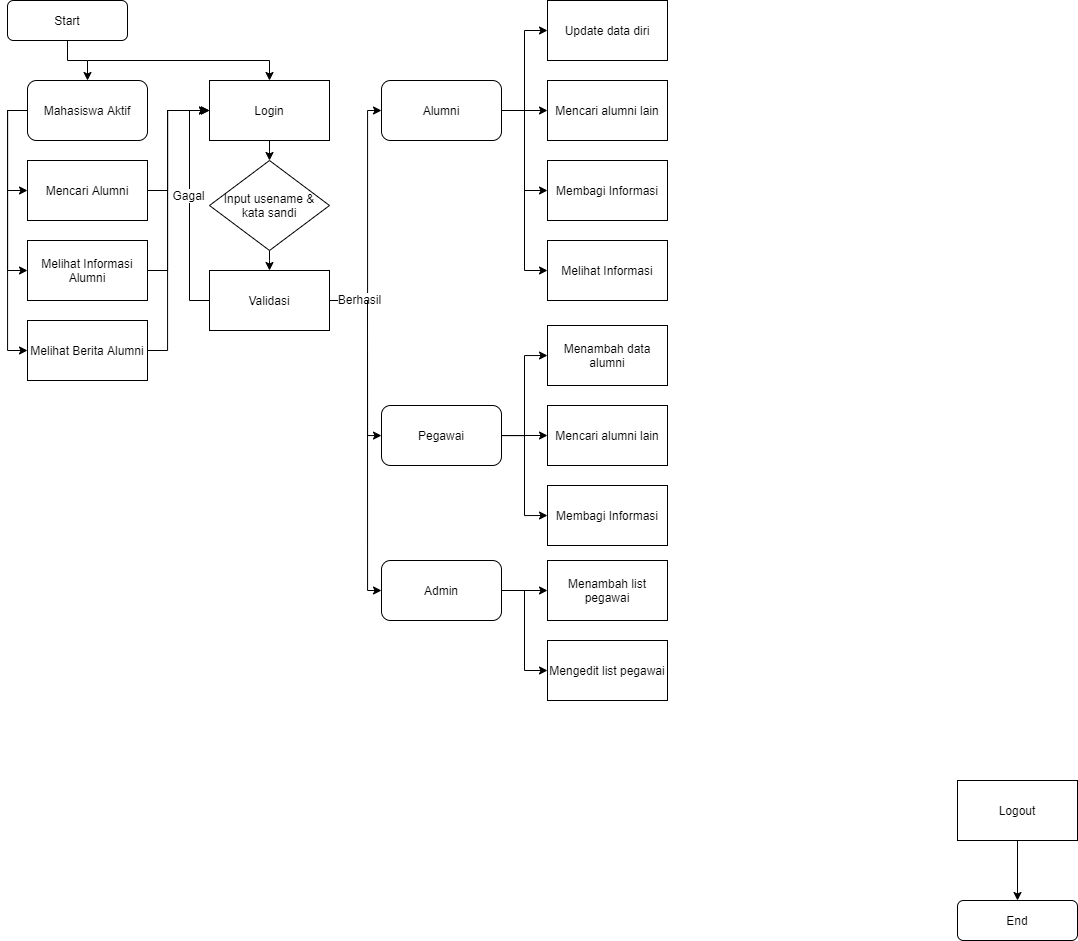
This is flowchart.png from DwikiAffandi/flowchart, a draw.io export, as it was before one commit. Source tidied: cells renumbered, new cells last; positions are measured from the earlier drawing's top-left corner, leaving out a move shared by most shapes.
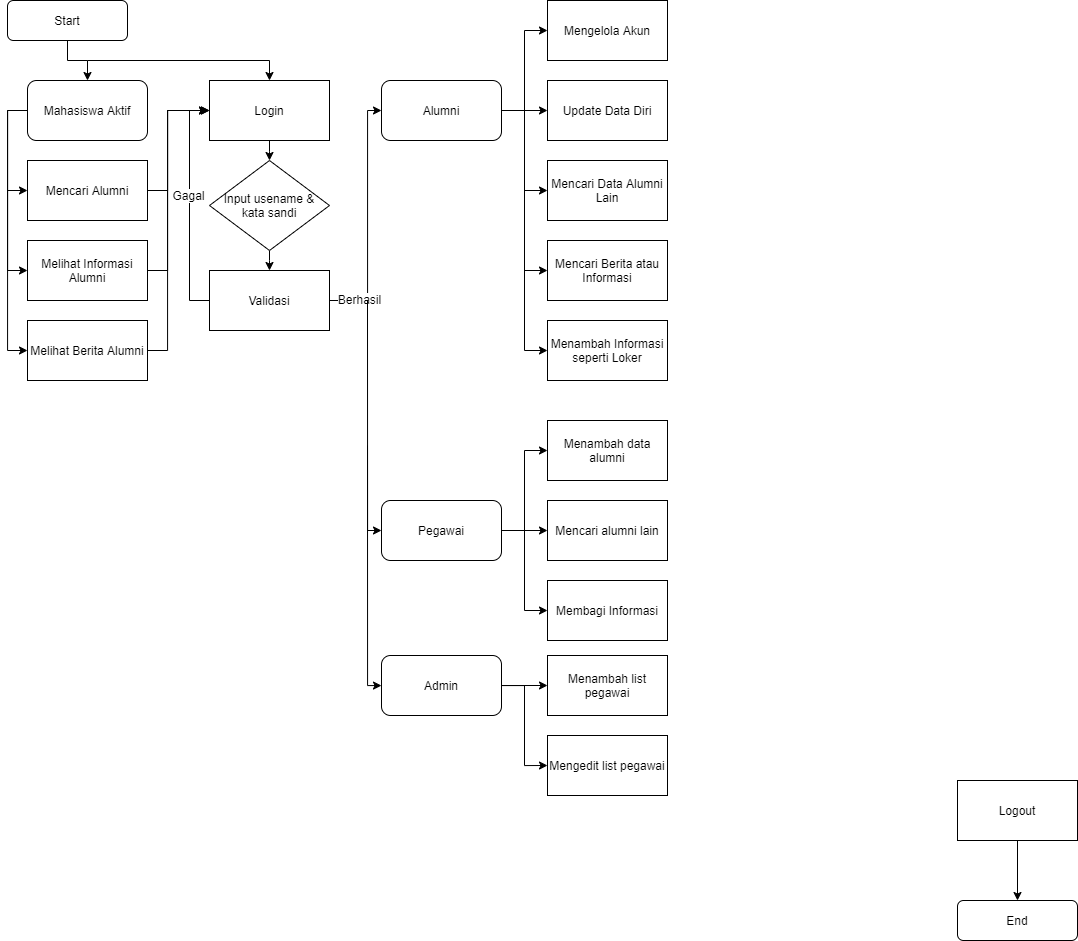
After the change.

Diff of the diagram source:
```diff
@@ -112,16 +112,19 @@
     <mxCell id="25" style="edgeStyle=orthogonalEdgeStyle;rounded=0;jettySize=auto;html=1;entryX=0;entryY=0.5;entryDx=0;entryDy=0;" parent="1" edge="1" source="26" target="44">
       <mxGeometry relative="1" as="geometry" />
     </mxCell>
+    <mxCell id="50" style="edgeStyle=orthogonalEdgeStyle;rounded=0;jettySize=auto;html=1;entryX=0;entryY=0.5;entryDx=0;entryDy=0;fontSize=12;" parent="1" edge="1" source="26" target="51">
+      <mxGeometry relative="1" as="geometry" />
+    </mxCell>
     <mxCell id="26" value="Alumni" style="rounded=1;whiteSpace=wrap;html=1;" parent="1" vertex="1">
       <mxGeometry x="374" y="80" width="120" height="60" as="geometry" />
     </mxCell>
-    <mxCell id="27" value="Membagi Informasi" style="rounded=0;whiteSpace=wrap;html=1;" parent="1" vertex="1">
+    <mxCell id="27" value="Mencari Data Alumni Lain" style="rounded=0;whiteSpace=wrap;html=1;" parent="1" vertex="1">
       <mxGeometry x="540" y="160" width="120" height="60" as="geometry" />
     </mxCell>
-    <mxCell id="28" value="Mencari alumni lain" style="rounded=0;whiteSpace=wrap;html=1;" parent="1" vertex="1">
+    <mxCell id="28" value="Update Data Diri" style="rounded=0;whiteSpace=wrap;html=1;" parent="1" vertex="1">
       <mxGeometry x="540" y="80" width="120" height="60" as="geometry" />
     </mxCell>
-    <mxCell id="29" value="Update data diri" style="rounded=0;whiteSpace=wrap;html=1;" parent="1" vertex="1">
+    <mxCell id="29" value="Mengelola Akun" style="rounded=0;whiteSpace=wrap;html=1;" parent="1" vertex="1">
       <mxGeometry x="540" width="120" height="60" as="geometry" />
     </mxCell>
     <mxCell id="30" style="edgeStyle=orthogonalEdgeStyle;rounded=0;jettySize=auto;html=1;entryX=0;entryY=0.5;entryDx=0;entryDy=0;" parent="1" edge="1" source="34" target="37">
@@ -137,21 +140,21 @@
       <mxGeometry relative="1" as="geometry">
         <mxPoint x="360" y="300" as="sourcePoint" />
         <Array as="points">
-          <mxPoint x="360" y="435" />
+          <mxPoint x="360" y="530" />
         </Array>
       </mxGeometry>
     </mxCell>
     <mxCell id="34" value="Pegawai" style="rounded=1;whiteSpace=wrap;html=1;" parent="1" vertex="1">
-      <mxGeometry x="374" y="405" width="120" height="60" as="geometry" />
+      <mxGeometry x="374" y="500" width="120" height="60" as="geometry" />
     </mxCell>
     <mxCell id="35" value="Membagi Informasi" style="rounded=0;whiteSpace=wrap;html=1;" parent="1" vertex="1">
-      <mxGeometry x="540" y="485" width="120" height="60" as="geometry" />
+      <mxGeometry x="540" y="580" width="120" height="60" as="geometry" />
     </mxCell>
     <mxCell id="36" value="Mencari alumni lain" style="rounded=0;whiteSpace=wrap;html=1;" parent="1" vertex="1">
-      <mxGeometry x="540" y="405" width="120" height="60" as="geometry" />
+      <mxGeometry x="540" y="500" width="120" height="60" as="geometry" />
     </mxCell>
     <mxCell id="37" value="Menambah data alumni" style="rounded=0;whiteSpace=wrap;html=1;" parent="1" vertex="1">
-      <mxGeometry x="540" y="325" width="120" height="60" as="geometry" />
+      <mxGeometry x="540" y="420" width="120" height="60" as="geometry" />
     </mxCell>
     <mxCell id="38" style="edgeStyle=orthogonalEdgeStyle;rounded=0;jettySize=auto;html=1;entryX=0;entryY=0.5;entryDx=0;entryDy=0;" parent="1" edge="1" source="41" target="42">
       <mxGeometry relative="1" as="geometry" />
@@ -161,22 +164,22 @@
     </mxCell>
     <mxCell id="40" style="edgeStyle=orthogonalEdgeStyle;rounded=0;jettySize=auto;html=1;" parent="1" edge="1" target="41">
       <mxGeometry relative="1" as="geometry">
-        <mxPoint x="360" y="350" as="sourcePoint" />
+        <mxPoint x="360" y="445" as="sourcePoint" />
         <Array as="points">
-          <mxPoint x="360" y="590" />
+          <mxPoint x="360" y="685" />
         </Array>
       </mxGeometry>
     </mxCell>
     <mxCell id="41" value="Admin" style="rounded=1;whiteSpace=wrap;html=1;" parent="1" vertex="1">
-      <mxGeometry x="374" y="560" width="120" height="60" as="geometry" />
+      <mxGeometry x="374" y="655" width="120" height="60" as="geometry" />
     </mxCell>
     <mxCell id="42" value="Mengedit list pegawai" style="rounded=0;whiteSpace=wrap;html=1;" parent="1" vertex="1">
-      <mxGeometry x="540" y="640" width="120" height="60" as="geometry" />
+      <mxGeometry x="540" y="735" width="120" height="60" as="geometry" />
     </mxCell>
     <mxCell id="43" value="Menambah list pegawai" style="rounded=0;whiteSpace=wrap;html=1;" parent="1" vertex="1">
-      <mxGeometry x="540" y="560" width="120" height="60" as="geometry" />
+      <mxGeometry x="540" y="655" width="120" height="60" as="geometry" />
     </mxCell>
-    <mxCell id="44" value="Melihat Informasi" style="rounded=0;whiteSpace=wrap;html=1;" parent="1" vertex="1">
+    <mxCell id="44" value="Mencari Berita atau Informasi" style="rounded=0;whiteSpace=wrap;html=1;" parent="1" vertex="1">
       <mxGeometry x="540" y="240" width="120" height="60" as="geometry" />
     </mxCell>
     <mxCell id="45" style="edgeStyle=orthogonalEdgeStyle;rounded=0;jettySize=auto;html=1;entryX=0.5;entryY=0;entryDx=0;entryDy=0;" parent="1" edge="1" source="46" target="47">
@@ -199,5 +202,8 @@
     <mxCell id="49" value="Melihat Berita Alumni" style="rounded=0;whiteSpace=wrap;html=1;" parent="1" vertex="1">
       <mxGeometry x="20" y="320" width="120" height="60" as="geometry" />
     </mxCell>
+    <mxCell id="51" value="Menambah Informasi seperti Loker" style="rounded=0;whiteSpace=wrap;html=1;" parent="1" vertex="1">
+      <mxGeometry x="540" y="320" width="120" height="60" as="geometry" />
+    </mxCell>
   </root>
 </mxGraphModel>
```
